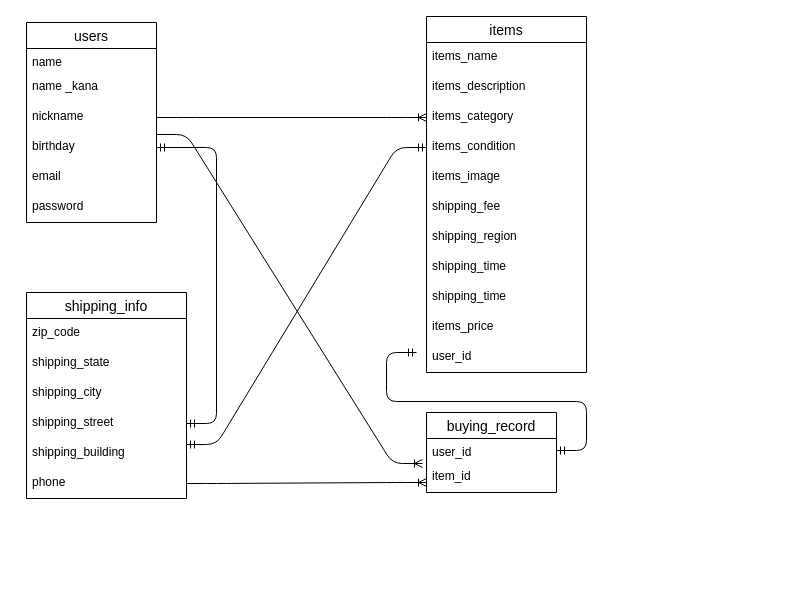
Earlier version of the draw.io diagram page "ページ1" (1 of 2) of furima-38956.dio (ayapeco/furima-38956). Source tidied: cells renumbered, new cells numbered last; positions are measured from the earlier drawing's top-left corner, leaving out a move shared by most shapes. Both pictures are drawn from the tidied source at 100%, with x=0, y=0 at pixel (26, 16).
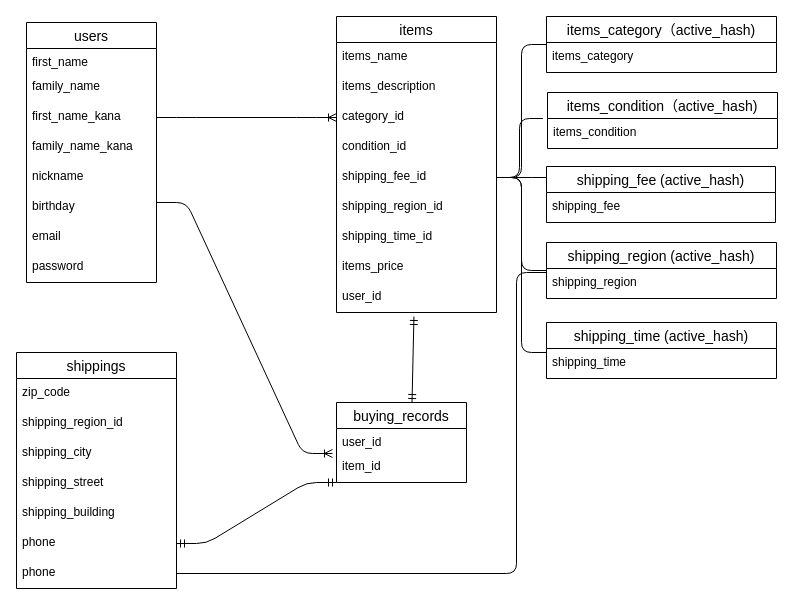
The same diagram, later.

Unchanged cells that the change refers to:
```xml
<mxCell id="11" value="item_id" style="text;strokeColor=none;fillColor=none;spacingLeft=4;spacingRight=4;overflow=hidden;points=[[0,0.5],[1,0.5]];portConstraint=eastwest;fontSize=12;" parent="9" vertex="1">
  <mxGeometry y="50" width="130" height="30" as="geometry" />
</mxCell>
<mxCell id="29" value="shipping_street" style="text;strokeColor=none;fillColor=none;spacingLeft=4;spacingRight=4;overflow=hidden;points=[[0,0.5],[1,0.5]];portConstraint=eastwest;fontSize=12;" parent="25" vertex="1">
  <mxGeometry y="116" width="160" height="30" as="geometry" />
</mxCell>
<mxCell id="30" value="shipping_building" style="text;strokeColor=none;fillColor=none;spacingLeft=4;spacingRight=4;overflow=hidden;points=[[0,0.5],[1,0.5]];portConstraint=eastwest;fontSize=12;" parent="25" vertex="1">
  <mxGeometry y="146" width="160" height="30" as="geometry" />
</mxCell>
<mxCell id="31" value="phone" style="text;strokeColor=none;fillColor=none;spacingLeft=4;spacingRight=4;overflow=hidden;points=[[0,0.5],[1,0.5]];portConstraint=eastwest;fontSize=12;" parent="25" vertex="1">
  <mxGeometry y="176" width="160" height="30" as="geometry" />
</mxCell>
```

The edit, as a diff of the source:
```diff
@@
     <mxCell id="2" value="users" style="swimlane;fontStyle=0;horizontal=1;startSize=26;align=center;fontSize=14;" parent="1" vertex="1">
-      <mxGeometry y="6" width="130" height="200" as="geometry" />
+      <mxGeometry y="6" width="130" height="260" as="geometry" />
     </mxCell>
-    <mxCell id="3" value="name" style="text;strokeColor=none;fillColor=none;spacingLeft=4;spacingRight=4;overflow=hidden;fontSize=12;" parent="2" vertex="1">
+    <mxCell id="3" value="first_name " style="text;strokeColor=none;fillColor=none;spacingLeft=4;spacingRight=4;overflow=hidden;fontSize=12;" parent="2" vertex="1">
       <mxGeometry y="26" width="130" height="24" as="geometry" />
     </mxCell>
-    <mxCell id="4" value="name _kana&#10;&#10;" style="text;strokeColor=none;fillColor=none;spacingLeft=4;spacingRight=4;overflow=hidden;fontSize=12;" parent="2" vertex="1">
-      <mxGeometry y="50" width="130" height="30" as="geometry" />
-    </mxCell>
+    <mxCell id="38" value="family_name" style="text;strokeColor=none;fillColor=none;spacingLeft=4;spacingRight=4;overflow=hidden;fontSize=12;" parent="2" vertex="1">
+      <mxGeometry y="50" width="130" height="30" as="geometry" />
+    </mxCell>
+    <mxCell id="39" value="first_name_kana" style="text;strokeColor=none;fillColor=none;spacingLeft=4;spacingRight=4;overflow=hidden;points=[[0,0.5],[1,0.5]];portConstraint=eastwest;fontSize=12;" parent="2" vertex="1">
+      <mxGeometry y="80" width="130" height="30" as="geometry" />
+    </mxCell>
+    <mxCell id="40" value="family_name_kana" style="text;strokeColor=none;fillColor=none;spacingLeft=4;spacingRight=4;overflow=hidden;fontSize=12;" parent="2" vertex="1">
+      <mxGeometry y="110" width="130" height="30" as="geometry" />
+    </mxCell>
     <mxCell id="5" value="nickname&#10;" style="text;strokeColor=none;fillColor=none;spacingLeft=4;spacingRight=4;overflow=hidden;points=[[0,0.5],[1,0.5]];portConstraint=eastwest;fontSize=12;" parent="2" vertex="1">
-      <mxGeometry y="80" width="130" height="30" as="geometry" />
+      <mxGeometry y="140" width="130" height="30" as="geometry" />
     </mxCell>
     <mxCell id="6" value="birthday&#10;&#10;" style="text;strokeColor=none;fillColor=none;spacingLeft=4;spacingRight=4;overflow=hidden;points=[[0,0.5],[1,0.5]];portConstraint=eastwest;fontSize=12;" parent="2" vertex="1">
-      <mxGeometry y="110" width="130" height="30" as="geometry" />
+      <mxGeometry y="170" width="130" height="30" as="geometry" />
     </mxCell>
     <mxCell id="7" value="email&#10;" style="text;strokeColor=none;fillColor=none;spacingLeft=4;spacingRight=4;overflow=hidden;fontSize=12;" parent="2" vertex="1">
-      <mxGeometry y="140" width="130" height="30" as="geometry" />
+      <mxGeometry y="200" width="130" height="30" as="geometry" />
     </mxCell>
     <mxCell id="8" value="password&#10;" style="text;strokeColor=none;fillColor=none;spacingLeft=4;spacingRight=4;overflow=hidden;fontSize=12;" parent="2" vertex="1">
-      <mxGeometry y="170" width="130" height="30" as="geometry" />
+      <mxGeometry y="230" width="130" height="30" as="geometry" />
     </mxCell>
-    <mxCell id="9" value="buying_record" style="swimlane;fontStyle=0;horizontal=1;startSize=26;align=center;fontSize=14;" parent="1" vertex="1">
-      <mxGeometry x="400" y="396" width="130" height="80" as="geometry" />
+    <mxCell id="9" value="buying_records" style="swimlane;fontStyle=0;horizontal=1;startSize=26;align=center;fontSize=14;" parent="1" vertex="1">
+      <mxGeometry x="310" y="386" width="130" height="80" as="geometry" />
     </mxCell>
@@
     <mxCell id="12" value="items" style="swimlane;fontStyle=0;horizontal=1;startSize=26;align=center;fontSize=14;" parent="1" vertex="1">
-      <mxGeometry x="400" width="160" height="356" as="geometry" />
+      <mxGeometry x="310" width="160" height="296" as="geometry" />
     </mxCell>
@@
-    <mxCell id="15" value="items_category" style="text;strokeColor=none;fillColor=none;spacingLeft=4;spacingRight=4;overflow=hidden;points=[[0,0.5],[1,0.5]];portConstraint=eastwest;fontSize=12;" parent="12" vertex="1">
+    <mxCell id="15" value="category_id" style="text;strokeColor=none;fillColor=none;spacingLeft=4;spacingRight=4;overflow=hidden;points=[[0,0.5],[1,0.5]];portConstraint=eastwest;fontSize=12;" parent="12" vertex="1">
       <mxGeometry y="86" width="160" height="30" as="geometry" />
     </mxCell>
-    <mxCell id="16" value="items_condition" style="text;strokeColor=none;fillColor=none;spacingLeft=4;spacingRight=4;overflow=hidden;points=[[0,0.5],[1,0.5]];portConstraint=eastwest;fontSize=12;" parent="12" vertex="1">
+    <mxCell id="16" value="condition_id" style="text;strokeColor=none;fillColor=none;spacingLeft=4;spacingRight=4;overflow=hidden;points=[[0,0.5],[1,0.5]];portConstraint=eastwest;fontSize=12;" parent="12" vertex="1">
       <mxGeometry y="116" width="160" height="30" as="geometry" />
     </mxCell>
-    <mxCell id="17" style="edgeStyle=none;html=1;" parent="12" edge="1" source="18" target="16">
-      <mxGeometry relative="1" as="geometry" />
+    <mxCell id="17" style="edgeStyle=none;html=1;" parent="12" edge="1" target="16">
+      <mxGeometry relative="1" as="geometry">
+        <mxPoint x="80" y="146" as="sourcePoint" />
+      </mxGeometry>
     </mxCell>
-    <mxCell id="18" value="items_image" style="text;strokeColor=none;fillColor=none;spacingLeft=4;spacingRight=4;overflow=hidden;points=[[0,0.5],[1,0.5]];portConstraint=eastwest;fontSize=12;" parent="12" vertex="1">
-      <mxGeometry y="146" width="160" height="30" as="geometry" />
-    </mxCell>
-    <mxCell id="19" value="shipping_fee" style="text;strokeColor=none;fillColor=none;spacingLeft=4;spacingRight=4;overflow=hidden;points=[[0,0.5],[1,0.5]];portConstraint=eastwest;fontSize=12;" parent="12" vertex="1">
-      <mxGeometry y="176" width="160" height="30" as="geometry" />
+    <mxCell id="19" value="shipping_fee_id" style="text;strokeColor=none;fillColor=none;spacingLeft=4;spacingRight=4;overflow=hidden;points=[[0,0.5],[1,0.5]];portConstraint=eastwest;fontSize=12;" parent="12" vertex="1">
+      <mxGeometry y="146" width="160" height="30" as="geometry" />
     </mxCell>
-    <mxCell id="20" value="shipping_region" style="text;strokeColor=none;fillColor=none;spacingLeft=4;spacingRight=4;overflow=hidden;fontSize=12;" parent="12" vertex="1">
-      <mxGeometry y="206" width="160" height="30" as="geometry" />
+    <mxCell id="20" value="shipping_region_id" style="text;strokeColor=none;fillColor=none;spacingLeft=4;spacingRight=4;overflow=hidden;fontSize=12;" parent="12" vertex="1">
+      <mxGeometry y="176" width="160" height="30" as="geometry" />
     </mxCell>
-    <mxCell id="21" value="shipping_time" style="text;strokeColor=none;fillColor=none;spacingLeft=4;spacingRight=4;overflow=hidden;fontSize=12;" parent="12" vertex="1">
-      <mxGeometry y="236" width="160" height="30" as="geometry" />
+    <mxCell id="21" value="shipping_time_id" style="text;strokeColor=none;fillColor=none;spacingLeft=4;spacingRight=4;overflow=hidden;fontSize=12;" parent="12" vertex="1">
+      <mxGeometry y="206" width="160" height="30" as="geometry" />
     </mxCell>
-    <mxCell id="22" value="shipping_time" style="text;strokeColor=none;fillColor=none;spacingLeft=4;spacingRight=4;overflow=hidden;points=[[0,0.5],[1,0.5]];portConstraint=eastwest;fontSize=12;" parent="12" vertex="1">
-      <mxGeometry y="266" width="160" height="30" as="geometry" />
-    </mxCell>
     <mxCell id="23" value="items_price" style="text;strokeColor=none;fillColor=none;spacingLeft=4;spacingRight=4;overflow=hidden;fontSize=12;" parent="12" vertex="1">
-      <mxGeometry y="296" width="160" height="30" as="geometry" />
+      <mxGeometry y="236" width="160" height="30" as="geometry" />
     </mxCell>
     <mxCell id="24" value="user_id" style="text;strokeColor=none;fillColor=none;spacingLeft=4;spacingRight=4;overflow=hidden;points=[[0,0.5],[1,0.5]];portConstraint=eastwest;fontSize=12;" parent="12" vertex="1">
-      <mxGeometry y="326" width="160" height="30" as="geometry" />
+      <mxGeometry y="266" width="160" height="30" as="geometry" />
     </mxCell>
-    <mxCell id="25" value="shipping_info" style="swimlane;fontStyle=0;horizontal=1;startSize=26;align=center;fontSize=14;" parent="1" vertex="1">
-      <mxGeometry y="276" width="160" height="206" as="geometry" />
+    <mxCell id="25" value="shippings" style="swimlane;fontStyle=0;horizontal=1;startSize=26;align=center;fontSize=14;" parent="1" vertex="1">
+      <mxGeometry x="-10" y="336" width="160" height="236" as="geometry" />
     </mxCell>
@@
-    <mxCell id="27" value="shipping_state" style="text;strokeColor=none;fillColor=none;spacingLeft=4;spacingRight=4;overflow=hidden;fontSize=12;" parent="25" vertex="1">
+    <mxCell id="27" value="shipping_region_id" style="text;strokeColor=none;fillColor=none;spacingLeft=4;spacingRight=4;overflow=hidden;fontSize=12;" parent="25" vertex="1">
       <mxGeometry y="56" width="160" height="30" as="geometry" />
     </mxCell>
@@
+    <mxCell id="41" value="phone" style="text;strokeColor=none;fillColor=none;spacingLeft=4;spacingRight=4;overflow=hidden;points=[[0,0.5],[1,0.5]];portConstraint=eastwest;fontSize=12;" parent="25" vertex="1">
+      <mxGeometry y="206" width="160" height="30" as="geometry" />
+    </mxCell>
-    <mxCell id="32" style="edgeStyle=entityRelationEdgeStyle;fontSize=12;html=1;endArrow=ERoneToMany;exitX=1;exitY=0.5;exitDx=0;exitDy=0;entryX=0;entryY=0.5;entryDx=0;entryDy=0;" parent="1" edge="1" source="5" target="15">
+    <mxCell id="32" style="edgeStyle=entityRelationEdgeStyle;fontSize=12;html=1;endArrow=ERoneToMany;entryX=0;entryY=0.5;entryDx=0;entryDy=0;exitX=1;exitY=0.5;exitDx=0;exitDy=0;" parent="1" edge="1" source="39" target="15">
       <mxGeometry relative="1" as="geometry" />
     </mxCell>
-    <mxCell id="33" style="edgeStyle=entityRelationEdgeStyle;fontSize=12;html=1;endArrow=ERoneToMany;entryX=-0.031;entryY=0.033;entryDx=0;entryDy=0;entryPerimeter=0;" parent="1" edge="1" target="11">
-      <mxGeometry relative="1" as="geometry">
-        <mxPoint x="130" y="118" as="sourcePoint" />
-      </mxGeometry>
+    <mxCell id="33" style="edgeStyle=entityRelationEdgeStyle;fontSize=12;html=1;endArrow=ERoneToMany;entryX=-0.031;entryY=0.033;entryDx=0;entryDy=0;entryPerimeter=0;exitX=1;exitY=0.333;exitDx=0;exitDy=0;exitPerimeter=0;" parent="1" edge="1" source="6" target="11">
+      <mxGeometry relative="1" as="geometry" />
     </mxCell>
-    <mxCell id="34" style="edgeStyle=entityRelationEdgeStyle;fontSize=12;html=1;endArrow=ERmandOne;startArrow=ERmandOne;" parent="1" edge="1">
-      <mxGeometry relative="1" as="geometry">
-        <mxPoint x="530" y="434" as="sourcePoint" />
-        <mxPoint x="390" y="336" as="targetPoint" />
-      </mxGeometry>
+    <mxCell id="34" style="fontSize=12;html=1;endArrow=ERmandOne;startArrow=ERmandOne;exitX=0.581;exitY=0;exitDx=0;exitDy=0;exitPerimeter=0;entryX=0.484;entryY=1.133;entryDx=0;entryDy=0;entryPerimeter=0;" parent="1" edge="1" source="9" target="24">
+      <mxGeometry relative="1" as="geometry" />
     </mxCell>
-    <mxCell id="35" style="edgeStyle=entityRelationEdgeStyle;fontSize=12;html=1;endArrow=ERmandOne;startArrow=ERmandOne;exitX=1;exitY=0.5;exitDx=0;exitDy=0;" parent="1" edge="1" source="6" target="29">
-      <mxGeometry relative="1" as="geometry" />
-    </mxCell>
-    <mxCell id="36" style="edgeStyle=entityRelationEdgeStyle;fontSize=12;html=1;endArrow=ERoneToMany;exitX=1;exitY=0.5;exitDx=0;exitDy=0;" parent="1" edge="1" source="31">
-      <mxGeometry relative="1" as="geometry">
-        <mxPoint x="400" y="466" as="targetPoint" />
-      </mxGeometry>
-    </mxCell>
-    <mxCell id="37" style="edgeStyle=entityRelationEdgeStyle;fontSize=12;html=1;endArrow=ERmandOne;startArrow=ERmandOne;exitX=1;exitY=0.2;exitDx=0;exitDy=0;exitPerimeter=0;entryX=0;entryY=0.5;entryDx=0;entryDy=0;" parent="1" edge="1" source="30" target="16">
-      <mxGeometry relative="1" as="geometry" />
-    </mxCell>
+    <mxCell id="42" value="items_category（active_hash)" style="swimlane;fontStyle=0;horizontal=1;startSize=26;align=center;fontSize=14;" parent="1" vertex="1">
+      <mxGeometry x="520" width="230" height="56" as="geometry" />
+    </mxCell>
+    <mxCell id="43" value="items_category" style="text;strokeColor=none;fillColor=none;spacingLeft=4;spacingRight=4;overflow=hidden;fontSize=12;" parent="42" vertex="1">
+      <mxGeometry y="26" width="230" height="30" as="geometry" />
+    </mxCell>
+    <mxCell id="44" value="items_condition（active_hash)" style="swimlane;fontStyle=0;horizontal=1;startSize=26;align=center;fontSize=14;" parent="1" vertex="1">
+      <mxGeometry x="521" y="76" width="230" height="56" as="geometry" />
+    </mxCell>
+    <mxCell id="45" value="items_condition" style="text;strokeColor=none;fillColor=none;spacingLeft=4;spacingRight=4;overflow=hidden;points=[[0,0.5],[1,0.5]];portConstraint=eastwest;fontSize=12;" parent="44" vertex="1">
+      <mxGeometry y="26" width="230" height="30" as="geometry" />
+    </mxCell>
+    <mxCell id="46" value="shipping_fee (active_hash)" style="swimlane;fontStyle=0;horizontal=1;startSize=26;align=center;fontSize=14;" parent="1" vertex="1">
+      <mxGeometry x="520" y="150" width="229" height="56" as="geometry" />
+    </mxCell>
+    <mxCell id="47" value="shipping_fee" style="text;strokeColor=none;fillColor=none;spacingLeft=4;spacingRight=4;overflow=hidden;fontSize=12;" parent="46" vertex="1">
+      <mxGeometry y="26" width="229" height="30" as="geometry" />
+    </mxCell>
+    <mxCell id="48" value="shipping_region (active_hash)" style="swimlane;fontStyle=0;horizontal=1;startSize=26;align=center;fontSize=14;" parent="1" vertex="1">
+      <mxGeometry x="520" y="226" width="230" height="56" as="geometry" />
+    </mxCell>
+    <mxCell id="49" value="shipping_region" style="text;strokeColor=none;fillColor=none;spacingLeft=4;spacingRight=4;overflow=hidden;fontSize=12;" parent="48" vertex="1">
+      <mxGeometry y="26" width="230" height="30" as="geometry" />
+    </mxCell>
+    <mxCell id="50" value="shipping_time (active_hash)" style="swimlane;fontStyle=0;horizontal=1;startSize=26;align=center;fontSize=14;" parent="1" vertex="1">
+      <mxGeometry x="520" y="306" width="230" height="56" as="geometry" />
+    </mxCell>
+    <mxCell id="22" value="shipping_time" style="text;strokeColor=none;fillColor=none;spacingLeft=4;spacingRight=4;overflow=hidden;points=[[0,0.5],[1,0.5]];portConstraint=eastwest;fontSize=12;" parent="50" vertex="1">
+      <mxGeometry y="26" width="230" height="30" as="geometry" />
+    </mxCell>
+    <mxCell id="51" style="edgeStyle=entityRelationEdgeStyle;fontSize=12;html=1;endArrow=ERmandOne;startArrow=ERmandOne;exitX=1;exitY=0.5;exitDx=0;exitDy=0;" parent="1" edge="1" source="31">
+      <mxGeometry relative="1" as="geometry">
+        <mxPoint x="310" y="466" as="targetPoint" />
+      </mxGeometry>
+    </mxCell>
+    <mxCell id="52" style="edgeStyle=elbowEdgeStyle;fontSize=12;html=1;endArrow=none;exitX=0;exitY=0.5;exitDx=0;exitDy=0;entryX=1;entryY=0.5;entryDx=0;entryDy=0;endFill=0;" parent="1" edge="1" source="42" target="19">
+      <mxGeometry relative="1" as="geometry" />
+    </mxCell>
+    <mxCell id="53" style="edgeStyle=elbowEdgeStyle;fontSize=12;html=1;endArrow=none;endFill=0;exitX=1;exitY=0.5;exitDx=0;exitDy=0;" parent="1" edge="1" source="19">
+      <mxGeometry relative="1" as="geometry">
+        <mxPoint x="520" y="161" as="targetPoint" />
+      </mxGeometry>
+    </mxCell>
+    <mxCell id="54" style="edgeStyle=elbowEdgeStyle;fontSize=12;html=1;endArrow=none;endFill=0;exitX=1;exitY=0.5;exitDx=0;exitDy=0;entryX=0;entryY=0.5;entryDx=0;entryDy=0;" parent="1" edge="1" source="19" target="48">
+      <mxGeometry relative="1" as="geometry" />
+    </mxCell>
+    <mxCell id="55" style="edgeStyle=elbowEdgeStyle;fontSize=12;html=1;endArrow=none;endFill=0;entryX=0;entryY=0.133;entryDx=0;entryDy=0;entryPerimeter=0;exitX=1;exitY=0.5;exitDx=0;exitDy=0;" parent="1" edge="1" source="19" target="22">
+      <mxGeometry relative="1" as="geometry" />
+    </mxCell>
+    <mxCell id="56" style="edgeStyle=elbowEdgeStyle;fontSize=12;html=1;endArrow=none;exitX=-0.02;exitY=0;exitDx=0;exitDy=0;endFill=0;exitPerimeter=0;entryX=1;entryY=0.5;entryDx=0;entryDy=0;" parent="1" edge="1" source="45" target="19">
+      <mxGeometry relative="1" as="geometry" />
+    </mxCell>
+    <mxCell id="57" style="edgeStyle=elbowEdgeStyle;fontSize=12;html=1;endArrow=none;endFill=0;exitX=1;exitY=0.5;exitDx=0;exitDy=0;" parent="1" edge="1" source="41">
+      <mxGeometry relative="1" as="geometry">
+        <mxPoint x="520" y="256" as="targetPoint" />
+        <Array as="points">
+          <mxPoint x="490" y="386" />
+          <mxPoint x="500" y="466" />
+        </Array>
+      </mxGeometry>
+    </mxCell>
```
